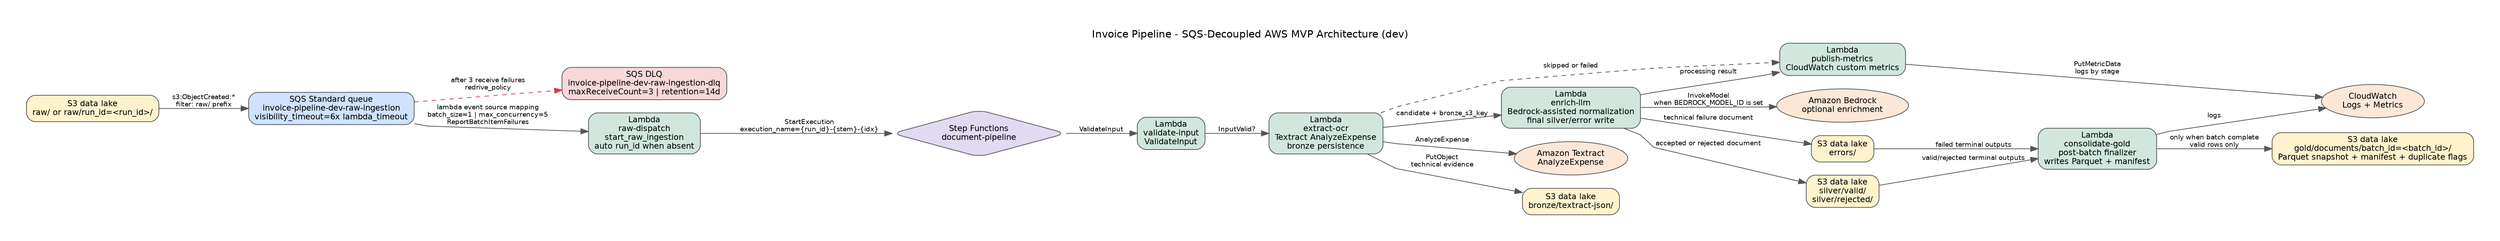
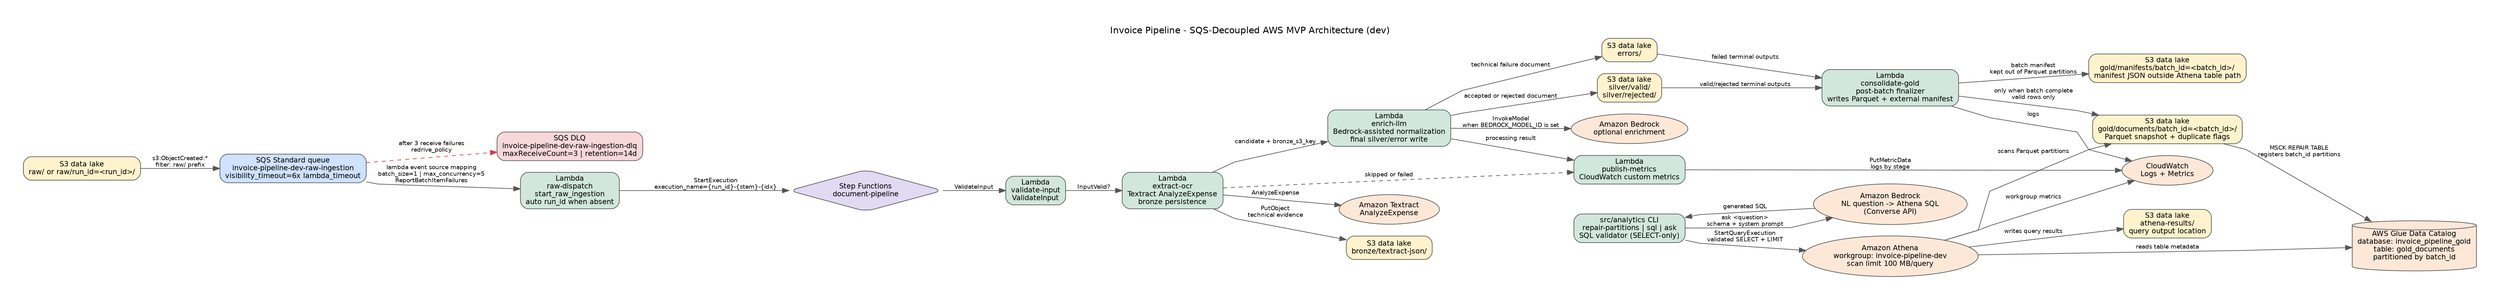
digraph invoice_pipeline_dev {
    graph [
        rankdir  = LR
        fontname = "Helvetica"
        label    = "Invoice Pipeline - SQS-Decoupled AWS MVP Architecture (dev)"
        labelloc = t
        pad      = 0.5
        splines  = polyline
    ]

    node [
        fontname  = "Helvetica"
        fontsize  = 11
        shape     = box
        style     = "rounded,filled"
        fillcolor = "#f5f5f5"
        color     = "#555555"
    ]

    edge [
        fontname = "Helvetica"
        fontsize = 9
        color    = "#555555"
    ]

    s3_raw [
        label     = "S3 data lake\nraw/ or raw/run_id=<run_id>/"
        fillcolor = "#fff3cd"
    ]

    sqs_raw [
        label     = "SQS Standard queue\ninvoice-pipeline-dev-raw-ingestion\nvisibility_timeout=6x lambda_timeout"
        fillcolor = "#cfe2ff"
    ]

    sqs_dlq [
        label     = "SQS DLQ\ninvoice-pipeline-dev-raw-ingestion-dlq\nmaxReceiveCount=3 | retention=14d"
        fillcolor = "#f8d7da"
    ]

    raw_dispatch [
        label     = "Lambda\nraw-dispatch\nstart_raw_ingestion\nauto run_id when absent"
        fillcolor = "#d1e7dd"
    ]

    sfn [
        label     = "Step Functions\ndocument-pipeline"
        shape     = diamond
        fillcolor = "#e2d9f3"
    ]

    validate [
        label     = "Lambda\nvalidate-input\nValidateInput"
        fillcolor = "#d1e7dd"
    ]

    extract_ocr [
        label     = "Lambda\nextract-ocr\nTextract AnalyzeExpense\nbronze persistence"
        fillcolor = "#d1e7dd"
    ]

    enrich_llm [
        label     = "Lambda\nenrich-llm\nBedrock-assisted normalization\nfinal silver/error write"
        fillcolor = "#d1e7dd"
    ]

    publish_metrics [
        label     = "Lambda\npublish-metrics\nCloudWatch custom metrics"
        fillcolor = "#d1e7dd"
    ]

    consolidate_gold [
-         label     = "Lambda\nconsolidate-gold\npost-batch finalizer\nwrites Parquet + manifest"
+         label     = "Lambda\nconsolidate-gold\npost-batch finalizer\nwrites Parquet + external manifest"
        fillcolor = "#d1e7dd"
    ]

    textract [
        label     = "Amazon Textract\nAnalyzeExpense"
        shape     = ellipse
        fillcolor = "#fde8d8"
    ]

    bedrock [
        label     = "Amazon Bedrock\noptional enrichment"
        shape     = ellipse
        fillcolor = "#fde8d8"
    ]

    cloudwatch [
        label     = "CloudWatch\nLogs + Metrics"
        shape     = ellipse
        fillcolor = "#fde8d8"
    ]

    s3_bronze [
        label     = "S3 data lake\nbronze/textract-json/"
        fillcolor = "#fff3cd"
    ]

    s3_silver [
        label     = "S3 data lake\nsilver/valid/\nsilver/rejected/"
        fillcolor = "#fff3cd"
    ]

    s3_errors [
        label     = "S3 data lake\nerrors/"
        fillcolor = "#fff3cd"
    ]

    s3_gold [
-         label     = "S3 data lake\ngold/documents/batch_id=<batch_id>/\nParquet snapshot + manifest + duplicate flags"
+         label     = "S3 data lake\ngold/documents/batch_id=<batch_id>/\nParquet snapshot + duplicate flags"
        fillcolor = "#fff3cd"
+     ]
+ 
+     s3_gold_manifests [
+         label     = "S3 data lake\ngold/manifests/batch_id=<batch_id>/\nmanifest JSON outside Athena table path"
+         fillcolor = "#fff3cd"
+     ]
+ 
+     s3_athena_results [
+         label     = "S3 data lake\nathena-results/\nquery output location"
+         fillcolor = "#fff3cd"
+     ]
+ 
+     glue_catalog [
+         label     = "AWS Glue Data Catalog\ndatabase: invoice_pipeline_gold\ntable: gold_documents\npartitioned by batch_id"
+         shape     = cylinder
+         fillcolor = "#fde8d8"
+     ]
+ 
+     athena_workgroup [
+         label     = "Amazon Athena\nworkgroup: invoice-pipeline-dev\nscan limit 100 MB/query"
+         shape     = ellipse
+         fillcolor = "#fde8d8"
+     ]
+ 
+     bedrock_sql [
+         label     = "Amazon Bedrock\nNL question -> Athena SQL\n(Converse API)"
+         shape     = ellipse
+         fillcolor = "#fde8d8"
+     ]
+ 
+     analytics_cli [
+         label     = "src/analytics CLI\nrepair-partitions | sql | ask\nSQL validator (SELECT-only)"
+         fillcolor = "#d1e7dd"
    ]

    s3_raw          -> sqs_raw         [label="s3:ObjectCreated:*\nfilter: raw/ prefix"]
    sqs_raw         -> sqs_dlq         [label="after 3 receive failures\nredrive_policy" style=dashed color="#dc3545"]
    sqs_raw         -> raw_dispatch    [label="lambda event source mapping\nbatch_size=1 | max_concurrency=5\nReportBatchItemFailures"]
    raw_dispatch    -> sfn             [label="StartExecution\nexecution_name={run_id}-{stem}-{idx}"]
    sfn             -> validate        [label="ValidateInput"]
    validate        -> extract_ocr     [label="InputValid?"]
    extract_ocr     -> textract        [label="AnalyzeExpense"]
    extract_ocr     -> s3_bronze       [label="PutObject\ntechnical evidence"]
    extract_ocr     -> publish_metrics [label="skipped or failed" style=dashed]
    extract_ocr     -> enrich_llm      [label="candidate + bronze_s3_key"]
    enrich_llm      -> bedrock         [label="InvokeModel\nwhen BEDROCK_MODEL_ID is set"]
    enrich_llm      -> s3_silver       [label="accepted or rejected document"]
    enrich_llm      -> s3_errors       [label="technical failure document"]
    enrich_llm      -> publish_metrics [label="processing result"]
    publish_metrics -> cloudwatch      [label="PutMetricData\nlogs by stage"]
    s3_silver       -> consolidate_gold [label="valid/rejected terminal outputs"]
    s3_errors       -> consolidate_gold [label="failed terminal outputs"]
    consolidate_gold -> s3_gold        [label="only when batch complete\nvalid rows only"]
+     consolidate_gold -> s3_gold_manifests [label="batch manifest\nkept out of Parquet partitions"]
    consolidate_gold -> cloudwatch     [label="logs"]
+ 
+     s3_gold          -> glue_catalog     [label="MSCK REPAIR TABLE\nregisters batch_id partitions"]
+     analytics_cli    -> bedrock_sql      [label="ask <question>\nschema + system prompt"]
+     bedrock_sql      -> analytics_cli    [label="generated SQL"]
+     analytics_cli    -> athena_workgroup [label="StartQueryExecution\nvalidated SELECT + LIMIT"]
+     athena_workgroup -> glue_catalog     [label="reads table metadata"]
+     athena_workgroup -> s3_gold          [label="scans Parquet partitions"]
+     athena_workgroup -> s3_athena_results [label="writes query results"]
+     athena_workgroup -> cloudwatch       [label="workgroup metrics"]
}
